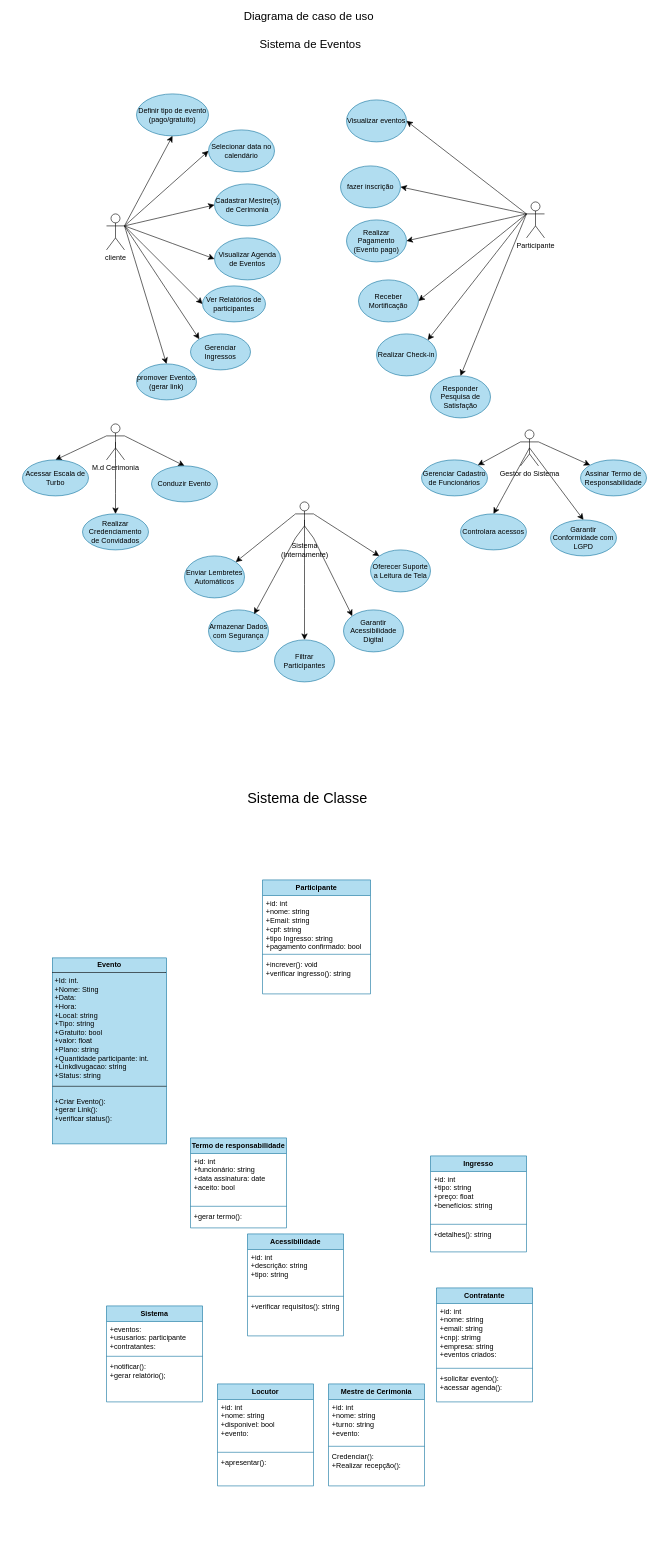
This is diagramaderequisitos.drawio from jkkauany/diagramaderequisitos, a draw.io file, before an edit. Source tidied: cells renumbered, new cells numbered last; positions are measured from the earlier drawing's top-left corner, leaving out a move shared by most shapes. Both pictures are drawn from the tidied source at 60%, with x=0, y=0 at pixel (22, 22).
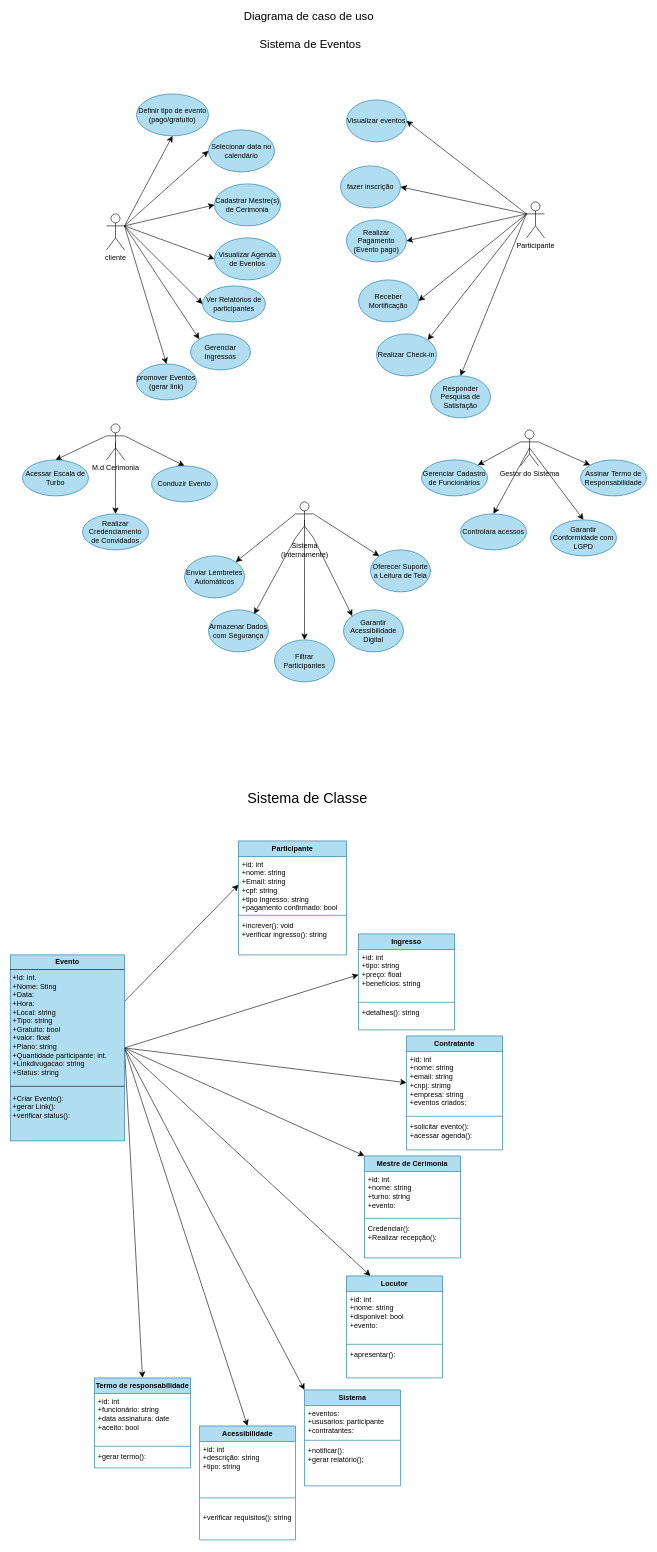
The same page after the edit.

Unchanged cells that the change refers to:
```xml
<mxCell id="63" value="+id: int&lt;div&gt;+nome: string&lt;/div&gt;&lt;div&gt;+Email: string&lt;/div&gt;&lt;div&gt;+cpf: string&lt;/div&gt;&lt;div&gt;+tipo Ingresso: string&lt;/div&gt;&lt;div&gt;+pagamento confirmado: bool&lt;/div&gt;" style="text;strokeColor=none;fillColor=none;align=left;verticalAlign=top;spacingLeft=4;spacingRight=4;overflow=hidden;points=[[0,0.5],[1,0.5]];portConstraint=eastwest;whiteSpace=wrap;html=1;" parent="62" vertex="1">
  <mxGeometry y="26" width="180" height="94" as="geometry" />
</mxCell>
<mxCell id="67" value="+id: int&lt;div&gt;+tipo: string&lt;/div&gt;&lt;div&gt;+preço: float&lt;/div&gt;&lt;div&gt;+benefícios: string&lt;/div&gt;" style="text;strokeColor=none;fillColor=none;align=left;verticalAlign=top;spacingLeft=4;spacingRight=4;overflow=hidden;points=[[0,0.5],[1,0.5]];portConstraint=eastwest;whiteSpace=wrap;html=1;" parent="66" vertex="1">
  <mxGeometry y="26" width="160" height="84" as="geometry" />
</mxCell>
<mxCell id="71" value="+id: int&lt;div&gt;+nome: string&lt;/div&gt;&lt;div&gt;+email: string&lt;/div&gt;&lt;div&gt;+cnpj: strimg&lt;/div&gt;&lt;div&gt;+empresa: string&lt;/div&gt;&lt;div&gt;+eventos criados:&lt;/div&gt;" style="text;strokeColor=none;fillColor=none;align=left;verticalAlign=top;spacingLeft=4;spacingRight=4;overflow=hidden;points=[[0,0.5],[1,0.5]];portConstraint=eastwest;whiteSpace=wrap;html=1;" parent="70" vertex="1">
  <mxGeometry y="26" width="160" height="104" as="geometry" />
</mxCell>
```

Diff of the diagram source:
```diff
@@
+    <mxCell id="94" style="edgeStyle=none;curved=1;rounded=0;jettySize=auto;html=1;exitX=1;exitY=0.25;exitDx=0;exitDy=0;entryX=0;entryY=0.5;entryDx=0;entryDy=0;fontSize=12;startSize=8;endSize=8;" parent="1" edge="1" source="60" target="63">
+      <mxGeometry relative="1" as="geometry" />
+    </mxCell>
+    <mxCell id="95" style="edgeStyle=none;curved=1;rounded=0;jettySize=auto;html=1;exitX=1;exitY=0.5;exitDx=0;exitDy=0;entryX=0;entryY=0.5;entryDx=0;entryDy=0;fontSize=12;startSize=8;endSize=8;" parent="1" edge="1" source="60" target="67">
+      <mxGeometry relative="1" as="geometry" />
+    </mxCell>
+    <mxCell id="96" style="edgeStyle=none;curved=1;rounded=0;jettySize=auto;html=1;exitX=1;exitY=0.5;exitDx=0;exitDy=0;entryX=0;entryY=0.5;entryDx=0;entryDy=0;fontSize=12;startSize=8;endSize=8;" parent="1" edge="1" source="60" target="71">
+      <mxGeometry relative="1" as="geometry" />
+    </mxCell>
+    <mxCell id="97" style="edgeStyle=none;curved=1;rounded=0;jettySize=auto;html=1;exitX=1;exitY=0.5;exitDx=0;exitDy=0;entryX=0;entryY=0;entryDx=0;entryDy=0;fontSize=12;startSize=8;endSize=8;" parent="1" edge="1" source="60" target="74">
+      <mxGeometry relative="1" as="geometry" />
+    </mxCell>
+    <mxCell id="98" style="edgeStyle=none;curved=1;rounded=0;jettySize=auto;html=1;exitX=1;exitY=0.5;exitDx=0;exitDy=0;entryX=0.25;entryY=0;entryDx=0;entryDy=0;fontSize=12;startSize=8;endSize=8;" parent="1" edge="1" source="60" target="78">
+      <mxGeometry relative="1" as="geometry" />
+    </mxCell>
+    <mxCell id="99" style="edgeStyle=none;curved=1;rounded=0;jettySize=auto;html=1;exitX=1;exitY=0.5;exitDx=0;exitDy=0;entryX=0.5;entryY=0;entryDx=0;entryDy=0;fontSize=12;startSize=8;endSize=8;" parent="1" edge="1" source="60" target="86">
+      <mxGeometry relative="1" as="geometry" />
+    </mxCell>
+    <mxCell id="100" style="edgeStyle=none;curved=1;rounded=0;jettySize=auto;html=1;exitX=1;exitY=0.5;exitDx=0;exitDy=0;entryX=0.5;entryY=0;entryDx=0;entryDy=0;fontSize=12;startSize=8;endSize=8;" parent="1" edge="1" source="60" target="90">
+      <mxGeometry relative="1" as="geometry" />
+    </mxCell>
+    <mxCell id="101" style="edgeStyle=none;curved=1;rounded=0;jettySize=auto;html=1;exitX=1;exitY=0.5;exitDx=0;exitDy=0;entryX=0;entryY=0;entryDx=0;entryDy=0;fontSize=12;startSize=8;endSize=8;" parent="1" edge="1" source="60" target="82">
+      <mxGeometry relative="1" as="geometry" />
+    </mxCell>
     <mxCell id="60" value="&lt;p style=&quot;margin:0px;margin-top:4px;text-align:center;&quot;&gt;&lt;b&gt;Evento&lt;/b&gt;&lt;/p&gt;&lt;hr size=&quot;1&quot; style=&quot;border-style:solid;&quot;&gt;&lt;p style=&quot;margin:0px;margin-left:4px;&quot;&gt;&lt;/p&gt;&lt;p style=&quot;margin:0px;margin-left:4px;&quot;&gt;+Id: int.&lt;/p&gt;&lt;p style=&quot;margin:0px;margin-left:4px;&quot;&gt;+Nome: Sting&lt;/p&gt;&lt;p style=&quot;margin:0px;margin-left:4px;&quot;&gt;+Data:&lt;/p&gt;&lt;p style=&quot;margin:0px;margin-left:4px;&quot;&gt;+Hora:&lt;/p&gt;&lt;p style=&quot;margin:0px;margin-left:4px;&quot;&gt;+Local:&amp;nbsp;&lt;span style=&quot;background-color: transparent; color: light-dark(rgb(0, 0, 0), rgb(255, 255, 255));&quot;&gt;string&lt;/span&gt;&lt;/p&gt;&lt;p style=&quot;margin:0px;margin-left:4px;&quot;&gt;+Tipo: string&lt;/p&gt;&lt;p style=&quot;margin:0px;margin-left:4px;&quot;&gt;+Gratuito: bool&lt;/p&gt;&lt;p style=&quot;margin:0px;margin-left:4px;&quot;&gt;+valor: float&lt;/p&gt;&lt;p style=&quot;margin:0px;margin-left:4px;&quot;&gt;+Plano: string&lt;/p&gt;&lt;p style=&quot;margin:0px;margin-left:4px;&quot;&gt;+Quantidade participante: int.&lt;/p&gt;&lt;p style=&quot;margin:0px;margin-left:4px;&quot;&gt;+Linkdivugacao: string&lt;/p&gt;&lt;p style=&quot;margin:0px;margin-left:4px;&quot;&gt;+Status: string&lt;/p&gt;&lt;p style=&quot;margin:0px;margin-left:4px;&quot;&gt;&lt;br&gt;&lt;/p&gt;&lt;p style=&quot;margin:0px;margin-left:4px;&quot;&gt;&lt;br&gt;&lt;/p&gt;&lt;p style=&quot;margin:0px;margin-left:4px;&quot;&gt;+Criar Evento():&lt;/p&gt;&lt;p style=&quot;margin:0px;margin-left:4px;&quot;&gt;+gerar Link():&lt;/p&gt;&lt;p style=&quot;margin:0px;margin-left:4px;&quot;&gt;+verificar status():&lt;/p&gt;&lt;p style=&quot;margin:0px;margin-left:4px;&quot;&gt;&lt;br&gt;&lt;/p&gt;&lt;p style=&quot;margin:0px;margin-left:4px;&quot;&gt;&lt;br&gt;&lt;/p&gt;" style="verticalAlign=top;align=left;overflow=fill;html=1;whiteSpace=wrap;fillColor=#b1ddf0;strokeColor=#10739e;" parent="1" vertex="1">
-      <mxGeometry x="50" y="1560" width="190" height="310" as="geometry" />
+      <mxGeometry x="-20" y="1555" width="190" height="310" as="geometry" />
     </mxCell>
     <mxCell id="61" style="line;strokeWidth=1;fillColor=none;align=left;verticalAlign=middle;spacingTop=-1;spacingLeft=3;spacingRight=3;labelPosition=right;strokeColor=inherit;" parent="1" vertex="1">
-      <mxGeometry x="50" y="1770" width="190" height="8" as="geometry" />
+      <mxGeometry x="-20" y="1770" width="190" height="8" as="geometry" />
     </mxCell>
     <mxCell id="62" value="Participante" style="swimlane;fontStyle=1;align=center;verticalAlign=top;horizontal=1;startSize=26;whiteSpace=wrap;html=1;fillColor=#b1ddf0;strokeColor=#10739e;" parent="1" vertex="1">
-      <mxGeometry x="400" y="1430" width="180" height="190" as="geometry" />
+      <mxGeometry x="360" y="1365" width="180" height="190" as="geometry" />
     </mxCell>
@@
     <mxCell id="66" value="Ingresso" style="swimlane;fontStyle=1;align=center;verticalAlign=top;horizontal=1;startSize=26;whiteSpace=wrap;html=1;fillColor=#b1ddf0;strokeColor=#10739e;" parent="1" vertex="1">
-      <mxGeometry x="680" y="1890" width="160" height="160" as="geometry" />
+      <mxGeometry x="560" y="1520" width="160" height="160" as="geometry" />
     </mxCell>
@@
     <mxCell id="70" value="Contratante" style="swimlane;fontStyle=1;align=center;verticalAlign=top;horizontal=1;startSize=26;whiteSpace=wrap;html=1;fillColor=#b1ddf0;strokeColor=#10739e;" parent="1" vertex="1">
-      <mxGeometry x="690" y="2110" width="160" height="190" as="geometry" />
+      <mxGeometry x="640" y="1690" width="160" height="190" as="geometry" />
     </mxCell>
@@
     <mxCell id="74" value="Mestre de Cerimonia" style="swimlane;fontStyle=1;align=center;verticalAlign=top;horizontal=1;startSize=26;whiteSpace=wrap;html=1;fillColor=#b1ddf0;strokeColor=#10739e;" parent="1" vertex="1">
-      <mxGeometry x="510" y="2270" width="160" height="170" as="geometry" />
+      <mxGeometry x="570" y="1890" width="160" height="170" as="geometry" />
     </mxCell>
@@
     <mxCell id="78" value="Locutor" style="swimlane;fontStyle=1;align=center;verticalAlign=top;horizontal=1;startSize=26;whiteSpace=wrap;html=1;fillColor=#b1ddf0;strokeColor=#10739e;" parent="1" vertex="1">
-      <mxGeometry x="325" y="2270" width="160" height="170" as="geometry" />
+      <mxGeometry x="540" y="2090" width="160" height="170" as="geometry" />
     </mxCell>
@@
     <mxCell id="82" value="Sistema" style="swimlane;fontStyle=1;align=center;verticalAlign=top;horizontal=1;startSize=26;whiteSpace=wrap;html=1;fillColor=#b1ddf0;strokeColor=#10739e;" parent="1" vertex="1">
-      <mxGeometry x="140" y="2140" width="160" height="160" as="geometry" />
+      <mxGeometry x="470" y="2280" width="160" height="160" as="geometry" />
     </mxCell>
@@
     <mxCell id="86" value="Acessibilidade" style="swimlane;fontStyle=1;align=center;verticalAlign=top;horizontal=1;startSize=26;whiteSpace=wrap;html=1;fillColor=#b1ddf0;strokeColor=#10739e;" parent="1" vertex="1">
-      <mxGeometry x="375" y="2020" width="160" height="170" as="geometry" />
+      <mxGeometry x="295" y="2340" width="160" height="190" as="geometry" />
     </mxCell>
@@
     <mxCell id="88" style="line;strokeWidth=1;fillColor=none;align=left;verticalAlign=middle;spacingTop=-1;spacingLeft=3;spacingRight=3;labelPosition=right;strokeColor=inherit;" parent="86" vertex="1">
-      <mxGeometry y="100" width="160" height="8" as="geometry" />
+      <mxGeometry y="100" width="160" height="40" as="geometry" />
     </mxCell>
     <mxCell id="89" value="+verificar requisitos(): string" style="text;strokeColor=none;fillColor=none;align=left;verticalAlign=top;spacingLeft=4;spacingRight=4;overflow=hidden;whiteSpace=wrap;html=1;" parent="86" vertex="1">
-      <mxGeometry y="108" width="160" height="62" as="geometry" />
+      <mxGeometry y="140" width="160" height="50" as="geometry" />
     </mxCell>
     <mxCell id="90" value="Termo de responsabilidade" style="swimlane;fontStyle=1;align=center;verticalAlign=top;horizontal=1;startSize=26;whiteSpace=wrap;html=1;fillColor=#b1ddf0;strokeColor=#10739e;" parent="1" vertex="1">
-      <mxGeometry x="280" y="1860" width="160" height="150" as="geometry" />
+      <mxGeometry x="120" y="2260" width="160" height="150" as="geometry" />
     </mxCell>
```
